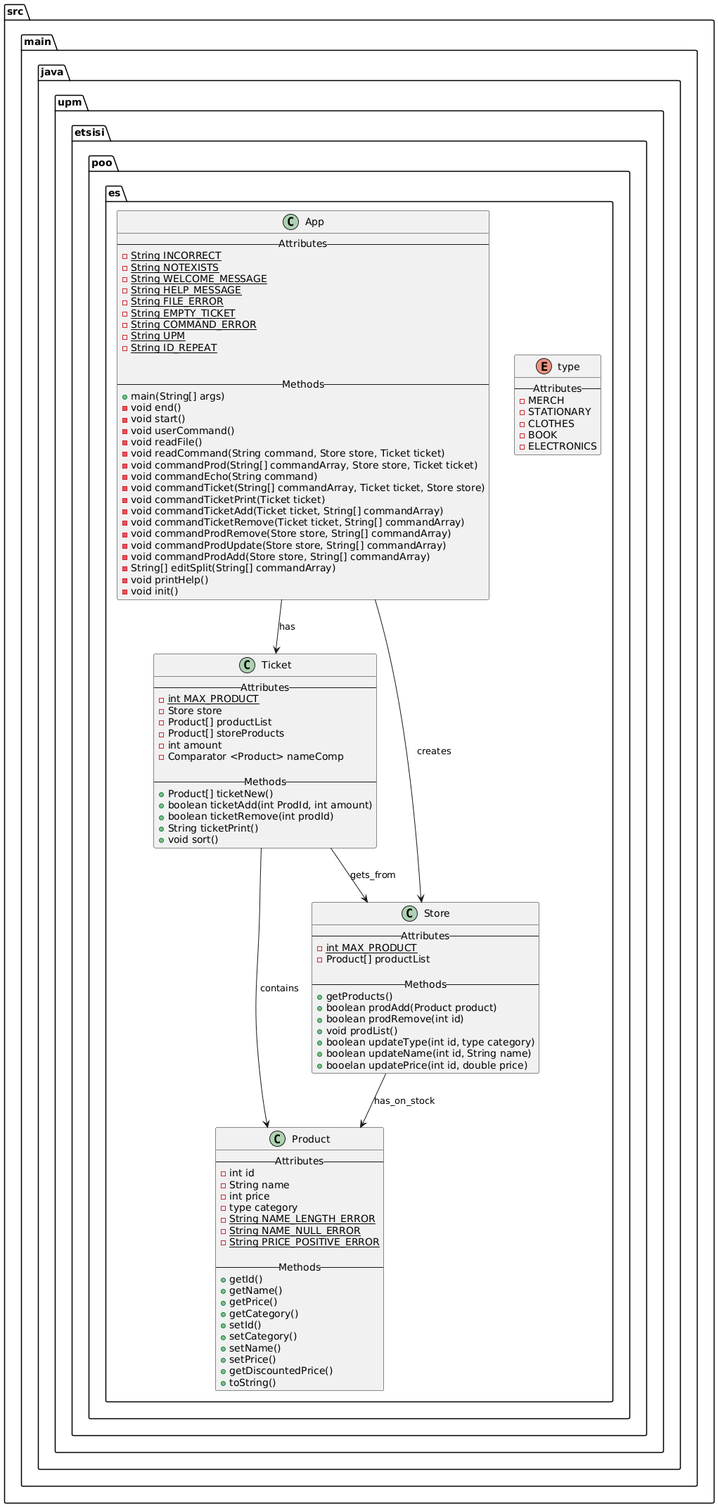
MiguelA021/Proyecto-Poo keeps this PlantUML diagram as Uml.png. Above is the earlier version.
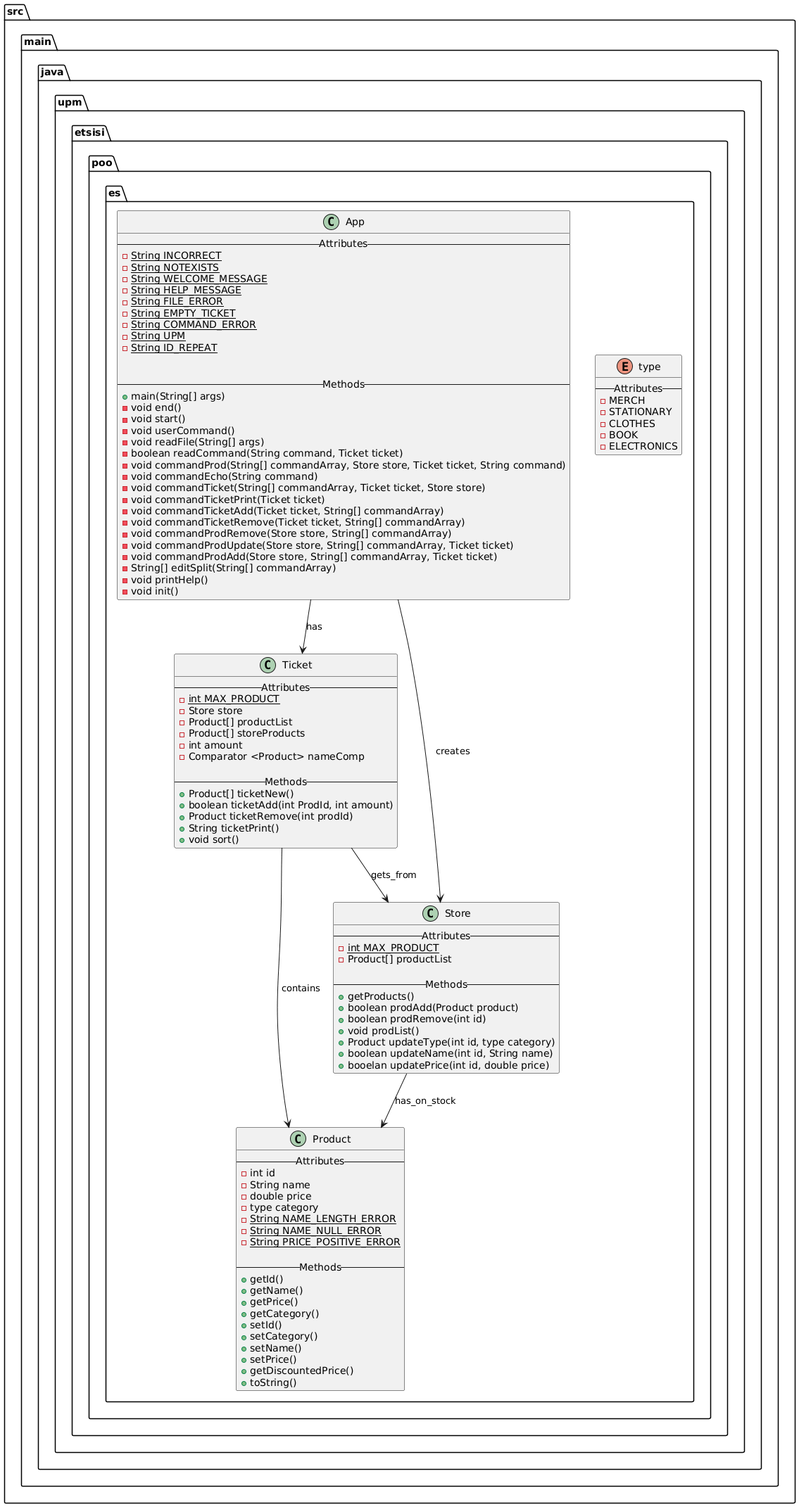
The same file after the commit.

What changed in the source:
```diff
@@ -18,17 +18,17 @@
  -void end()
  -void start()
  -void userCommand()
- -void readFile()
- -void readCommand(String command, Store store, Ticket ticket)
- -void commandProd(String[] commandArray, Store store, Ticket ticket)
+ -void readFile(String[] args)
+ -boolean readCommand(String command, Ticket ticket)
+ -void commandProd(String[] commandArray, Store store, Ticket ticket, String command)
  -void commandEcho(String command)
  -void commandTicket(String[] commandArray, Ticket ticket, Store store)
  -void commandTicketPrint(Ticket ticket)
  -void commandTicketAdd(Ticket ticket, String[] commandArray)
  -void commandTicketRemove(Ticket ticket, String[] commandArray)
  -void commandProdRemove(Store store, String[] commandArray)
- -void commandProdUpdate(Store store, String[] commandArray)
- -void commandProdAdd(Store store, String[] commandArray)
+ -void commandProdUpdate(Store store, String[] commandArray, Ticket ticket)
+ -void commandProdAdd(Store store, String[] commandArray, Ticket ticket)
  -String[] editSplit(String[] commandArray)
  -void printHelp()
  -void init()
@@ -46,7 +46,7 @@
 --  Methods --
  +Product[] ticketNew()
  +boolean ticketAdd(int ProdId, int amount)
- +boolean ticketRemove(int prodId)
+ +Product ticketRemove(int prodId)
  +String ticketPrint()
  +void sort()
 }
@@ -55,7 +55,7 @@
  --   Attributes  --
  -int id
  -String name
- -int price
+ -double price
  -type category
  -{static} String NAME_LENGTH_ERROR
  -{static} String NAME_NULL_ERROR
@@ -84,7 +84,7 @@
  +boolean prodAdd(Product product)
  +boolean prodRemove(int id)
  +void prodList()
- +boolean updateType(int id, type category)
+ +Product updateType(int id, type category)
  +boolean updateName(int id, String name)
  +booelan updatePrice(int id, double price)
 }
```
